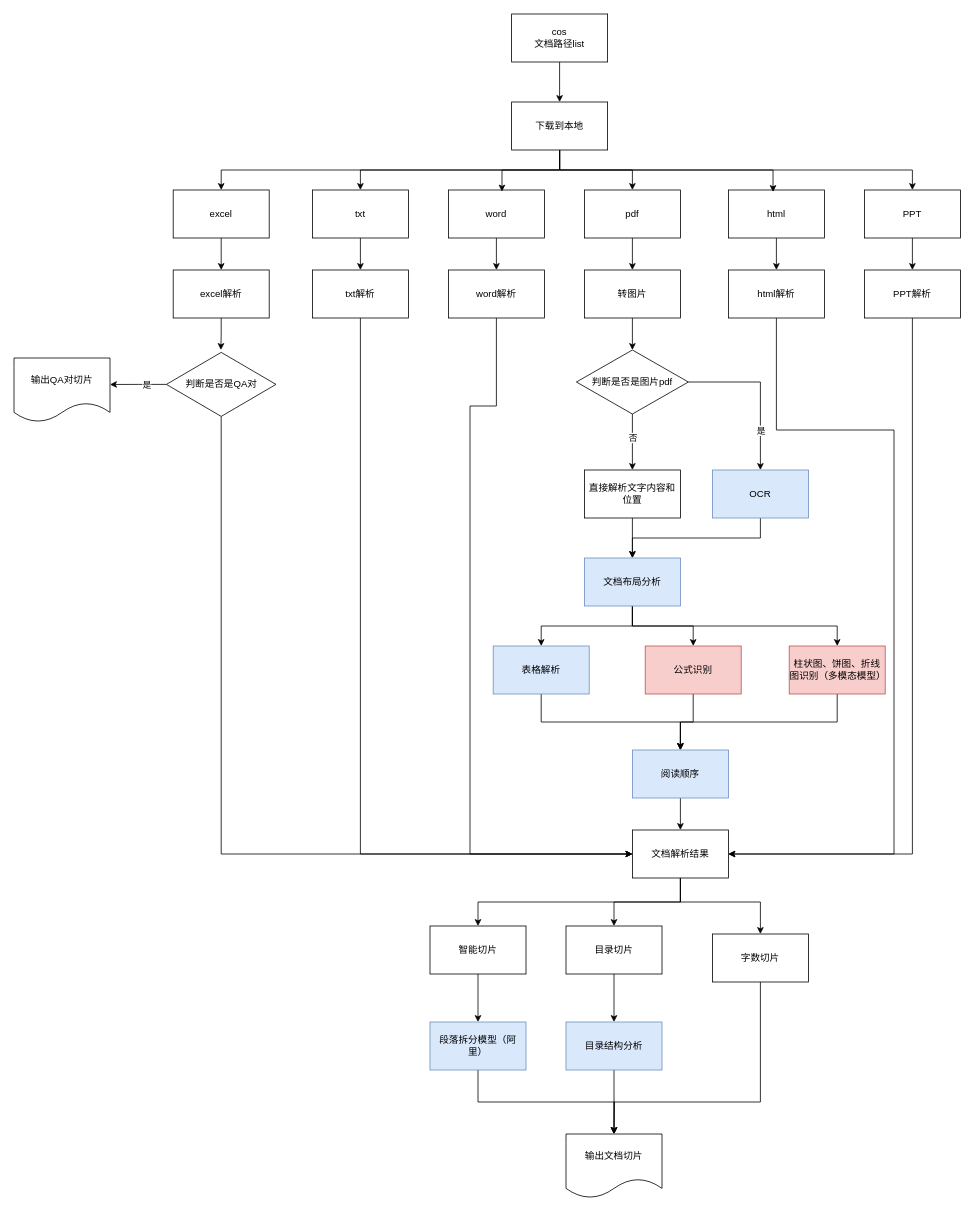
The draw.io diagram Untitled Diagram.drawio in archwolf118/AI, before the edit. Source tidied: cells renumbered, new cells numbered last; positions are measured from the earlier drawing's top-left corner, leaving out a move shared by most shapes. Both pictures are drawn from the tidied source at 80%, with x=0, y=0 at pixel (14, 14).
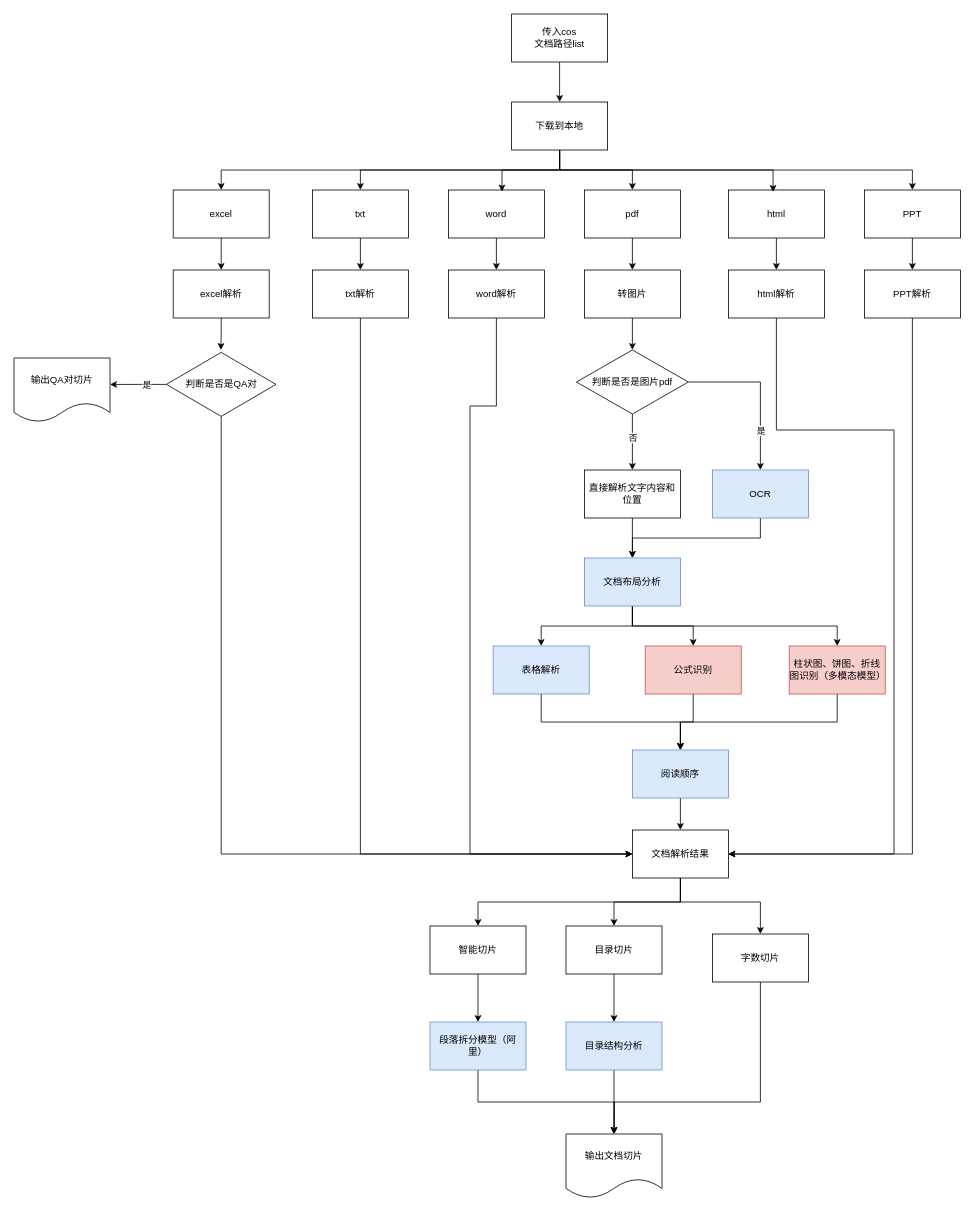
Above is the later version.

The edit, as a diff of the source:
```diff
@@
-    <mxCell id="3" value="cos&lt;div&gt;文档路径list&lt;/div&gt;" style="rounded=0;whiteSpace=wrap;html=1;" parent="1" vertex="1">
+    <mxCell id="3" value="传入cos&lt;div&gt;文档路径list&lt;/div&gt;" style="rounded=0;whiteSpace=wrap;html=1;" parent="1" vertex="1">
       <mxGeometry x="622" width="120" height="60" as="geometry" />
     </mxCell>
```
